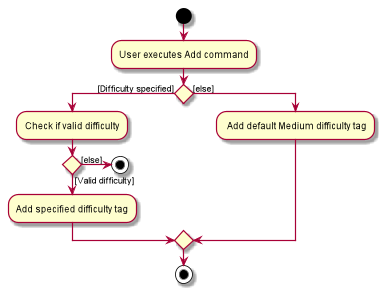
This is docs/images/DifficultyTagActivityDiagram.png from zhizhizhizhizhi/tp, a PlantUML export, as it was before one commit.
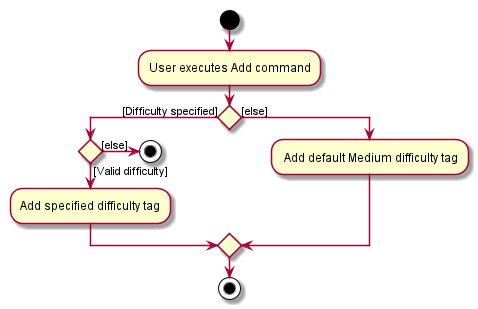
Later version of the same file.

Commit message:
Update header tags and diagram

Diff of the diagram source:
```diff
@@ -4,7 +4,6 @@
 
 
 if () then ([Difficulty specified])
-    :Check if valid difficulty;
     if () then ([Valid difficulty])
     :Add specified difficulty tag;
     else ([else])
```
